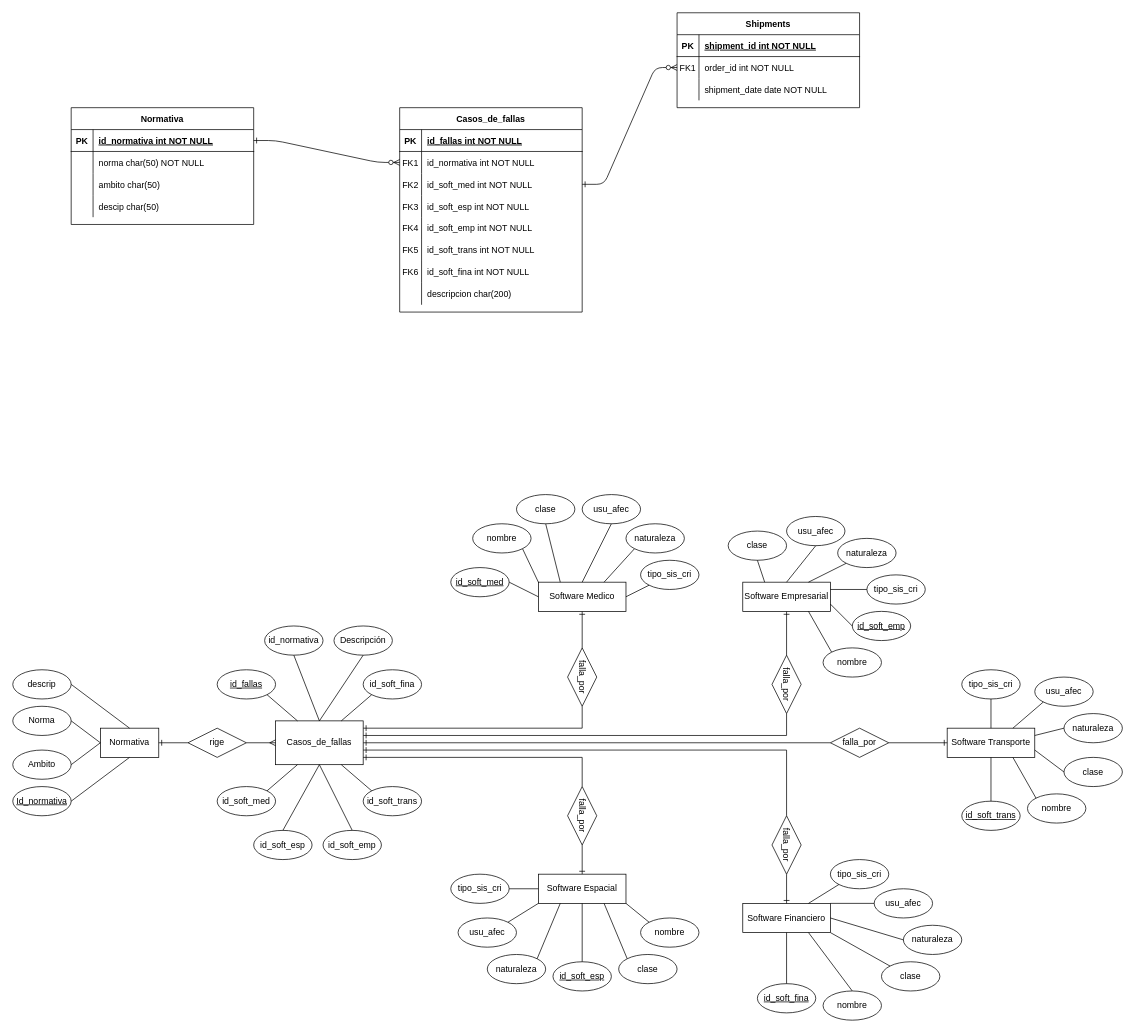
Before: DER.drawio in Gabitoto/Safety_Critical_Software, a draw.io diagram. Source tidied: cells renumbered, new cells numbered last; positions are measured from the earlier drawing's top-left corner, leaving out a move shared by most shapes. Both pictures are drawn from the tidied source at 73%, with x=0, y=0 at pixel (12, 12).
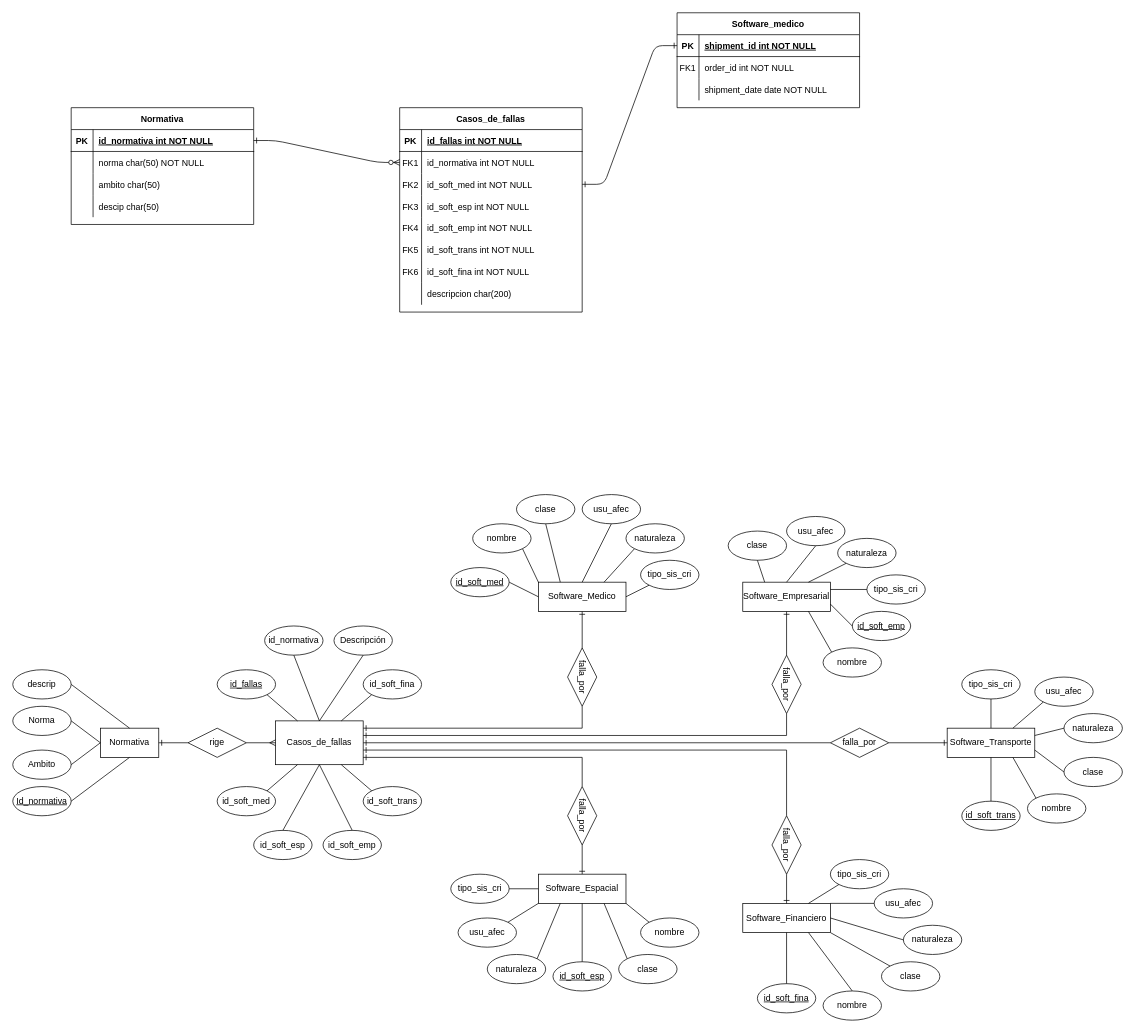
Above is the later version.

The change refers to these unchanged cells:
```xml
<mxCell id="11" style="shape=partialRectangle;fillColor=none;points=[[0,0.5],[1,0.5]];portConstraint=eastwest;top=0;left=0;right=0;bottom=0;" parent="4" vertex="1">
  <mxGeometry y="90" width="250" height="30" as="geometry" />
</mxCell>
<mxCell id="30" style="shape=partialRectangle;fillColor=none;points=[[0,0.5],[1,0.5]];portConstraint=eastwest;top=0;left=0;right=0;bottom=1;" parent="29" vertex="1">
  <mxGeometry y="30" width="250" height="30" as="geometry" />
</mxCell>
<mxCell id="33" style="shape=partialRectangle;fillColor=none;points=[[0,0.5],[1,0.5]];portConstraint=eastwest;top=0;left=0;right=0;bottom=0;" parent="29" vertex="1">
  <mxGeometry y="60" width="250" height="30" as="geometry" />
</mxCell>
```

Change to the diagram source:
```diff
@@
-    <mxCell id="3" style="edgeStyle=entityRelationEdgeStyle;endArrow=ERzeroToMany;startArrow=ERone;endFill=1;startFill=0;exitX=1;exitY=0.5;exitDx=0;exitDy=0;" parent="1" edge="1" source="11" target="33">
+    <mxCell id="3" style="edgeStyle=entityRelationEdgeStyle;endArrow=ERone;startArrow=ERone;endFill=0;startFill=0;exitX=1;exitY=0.5;exitDx=0;exitDy=0;entryX=0;entryY=0.5;entryDx=0;entryDy=0;" parent="1" edge="1" source="11" target="30">
       <mxGeometry relative="1" as="geometry" />
     </mxCell>
@@
-    <mxCell id="29" value="Shipments" style="shape=table;startSize=30;childLayout=tableLayout;rowLines=0;fontStyle=1;align=center;" parent="1" vertex="1">
+    <mxCell id="29" value="Software_medico" style="shape=table;startSize=30;childLayout=tableLayout;rowLines=0;fontStyle=1;align=center;" parent="1" vertex="1">
       <mxGeometry x="910" width="250" height="130" as="geometry" />
     </mxCell>
@@
-    <mxCell id="64" value="Software Medico" style="whiteSpace=wrap;html=1;align=center;" parent="1" vertex="1">
+    <mxCell id="64" value="Software_Medico" style="whiteSpace=wrap;html=1;align=center;" parent="1" vertex="1">
       <mxGeometry x="720" y="780" width="120" height="40" as="geometry" />
     </mxCell>
-    <mxCell id="65" value="Software Empresarial" style="whiteSpace=wrap;html=1;align=center;" parent="1" vertex="1">
+    <mxCell id="65" value="Software_Empresarial" style="whiteSpace=wrap;html=1;align=center;" parent="1" vertex="1">
       <mxGeometry x="1000" y="780" width="120" height="40" as="geometry" />
     </mxCell>
-    <mxCell id="66" value="Software Espacial" style="whiteSpace=wrap;html=1;align=center;" parent="1" vertex="1">
+    <mxCell id="66" value="Software_Espacial" style="whiteSpace=wrap;html=1;align=center;" parent="1" vertex="1">
       <mxGeometry x="720" y="1180" width="120" height="40" as="geometry" />
     </mxCell>
@@
-    <mxCell id="75" value="Software Financiero" style="whiteSpace=wrap;html=1;align=center;" parent="1" vertex="1">
+    <mxCell id="75" value="Software_Financiero" style="whiteSpace=wrap;html=1;align=center;" parent="1" vertex="1">
       <mxGeometry x="1000" y="1220" width="120" height="40" as="geometry" />
     </mxCell>
-    <mxCell id="76" value="Software Transporte" style="whiteSpace=wrap;html=1;align=center;" parent="1" vertex="1">
+    <mxCell id="76" value="Software_Transporte" style="whiteSpace=wrap;html=1;align=center;" parent="1" vertex="1">
       <mxGeometry x="1280" y="980" width="120" height="40" as="geometry" />
     </mxCell>
```
